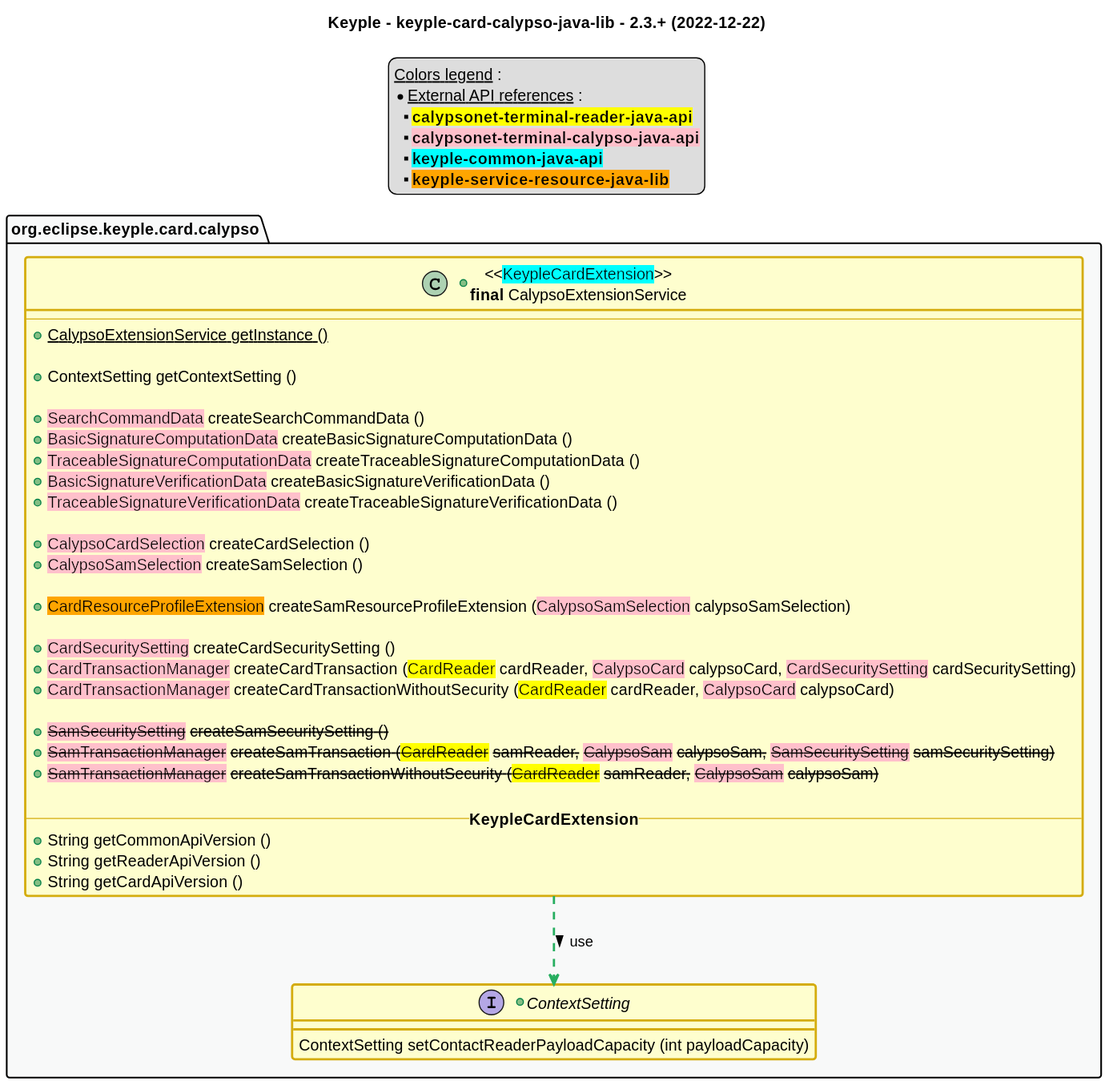
eclipse-keyple/keyple-card-calypso-java-lib keeps this PlantUML diagram as src/main/uml/api_class_diagram.svg. Above is the earlier version.
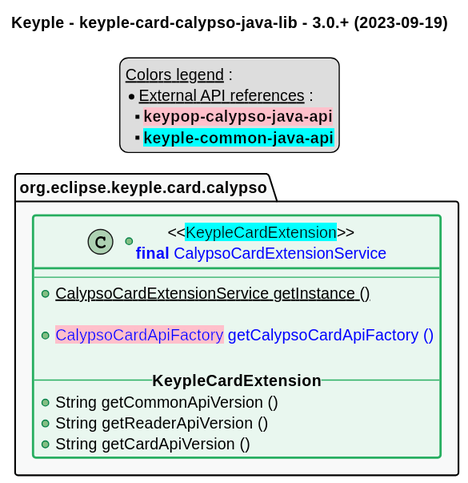
The same diagram one commit later.

The edit, as a diff of the source:
```diff
@@ -1,6 +1,6 @@
 @startuml
 title
-    Keyple - keyple-card-calypso-java-lib - 2.3.+ (2022-12-22)
+    Keyple - keyple-card-calypso-java-lib - 3.0.+ (2023-09-19)
 end title
 
 
@@ -43,53 +43,26 @@
 legend top
     __Colors legend__ :
     * __External API references__ :
-    ** <back:yellow>**calypsonet-terminal-reader-java-api**</back>
-    ** <back:pink>**calypsonet-terminal-calypso-java-api**</back>
+    ** <back:pink>**keypop-calypso-java-api**</back>
     ** <back:cyan>**keyple-common-java-api**</back>
-    ** <back:orange>**keyple-service-resource-java-lib**</back>
 end legend
 
 package "org.eclipse.keyple.card.calypso" as calypso {
-    +class "<<<back:cyan>KeypleCardExtension</back>>>\n**final** CalypsoExtensionService" as CalypsoExtensionService {
+    +class "<<<back:cyan>KeypleCardExtension</back>>>\n<color:blue>**final** CalypsoCardExtensionService" as CalypsoCardExtensionService <<green>> {
         --
-        +{static} CalypsoExtensionService getInstance ()
+        +{static} CalypsoCardExtensionService getInstance ()
 
-        +ContextSetting getContextSetting ()
-
-        +<back:pink>SearchCommandData</back> createSearchCommandData ()
-        +<back:pink>BasicSignatureComputationData</back> createBasicSignatureComputationData ()
-        +<back:pink>TraceableSignatureComputationData</back> createTraceableSignatureComputationData ()
-        +<back:pink>BasicSignatureVerificationData</back> createBasicSignatureVerificationData ()
-        +<back:pink>TraceableSignatureVerificationData</back> createTraceableSignatureVerificationData ()
-
-        +<back:pink>CalypsoCardSelection</back> createCardSelection ()
-        +<back:pink>CalypsoSamSelection</back> createSamSelection ()
-
-        +<back:orange>CardResourceProfileExtension</back> createSamResourceProfileExtension (<back:pink>CalypsoSamSelection</back> calypsoSamSelection)
-
-        +<back:pink>CardSecuritySetting</back> createCardSecuritySetting ()
-        +<back:pink>CardTransactionManager</back> createCardTransaction (<back:yellow>CardReader</back> cardReader, <back:pink>CalypsoCard</back> calypsoCard, <back:pink>CardSecuritySetting</back> cardSecuritySetting)
-        +<back:pink>CardTransactionManager</back> createCardTransactionWithoutSecurity (<back:yellow>CardReader</back> cardReader, <back:pink>CalypsoCard</back> calypsoCard)
-
-        +<s><back:pink>SamSecuritySetting</back> createSamSecuritySetting ()
-        +<s><back:pink>SamTransactionManager</back> createSamTransaction (<back:yellow>CardReader</back> samReader, <back:pink>CalypsoSam</back> calypsoSam, <back:pink>SamSecuritySetting</back> samSecuritySetting)
-        +<s><back:pink>SamTransactionManager</back> createSamTransactionWithoutSecurity (<back:yellow>CardReader</back> samReader, <back:pink>CalypsoSam</back> calypsoSam)
+        +<color:blue><back:pink>CalypsoCardApiFactory</back> getCalypsoCardApiFactory ()
 
         -- **KeypleCardExtension** --
         +String getCommonApiVersion ()
         +String getReaderApiVersion ()
         +String getCardApiVersion ()
     }
-    +interface ContextSetting {
-        ContextSetting setContactReaderPayloadCapacity (int payloadCapacity)
-    }
 }
 
-
-CalypsoExtensionService ..> ContextSetting #C_USE : use >
 
 
 
 package calypso #C_GREY1 {}
-
 @enduml
```
